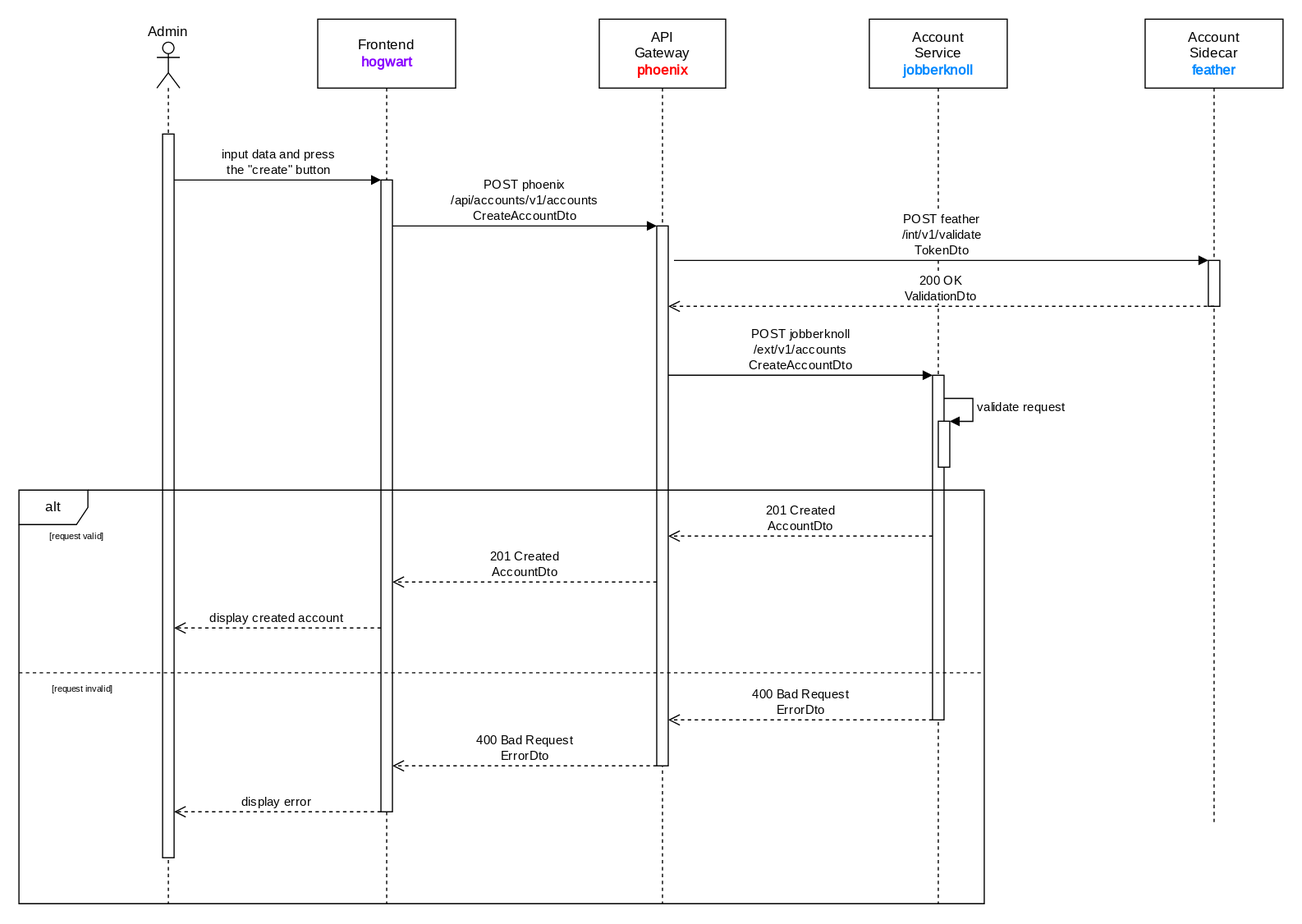
Above: documentation/course/e2/images/sequence-diagram-jobberknoll-create-account.drawio.svg in PWR-ACS-SE-24/SoftwareSystemDesign (draw.io), before the change. Source tidied: cells renumbered, new cells last; positions are measured from the earlier drawing's top-left corner, leaving out a move shared by most shapes. Source of this version:
```xml
<mxGraphModel>
  <root>
    <mxCell id="0" />
    <mxCell id="1" parent="0" />
    <mxCell id="2" value="&lt;div&gt;Account&lt;/div&gt;&lt;div&gt;Service&lt;/div&gt;&lt;div&gt;&lt;font color=&quot;#0088ff&quot;&gt;&lt;b&gt;jobberknoll&lt;/b&gt;&lt;/font&gt;&lt;br&gt;&lt;/div&gt;" style="shape=umlLifeline;perimeter=lifelinePerimeter;whiteSpace=wrap;html=1;newEdgeStyle={&quot;curved&quot;:0,&quot;rounded&quot;:0};size=60;fontFamily=JetBrains Mono;fontSource=https%3A%2F%2Ffonts.googleapis.com%2Fcss%3Ffamily%3DJetBrains%2BMono;" parent="1" vertex="1">
      <mxGeometry x="740" width="120" height="770" as="geometry" />
    </mxCell>
    <mxCell id="3" style="html=1;points=[[0,0,0,0,5],[0,1,0,0,-5],[1,0,0,0,5],[1,1,0,0,-5]];perimeter=orthogonalPerimeter;outlineConnect=0;targetShapes=umlLifeline;portConstraint=eastwest;newEdgeStyle={&quot;curved&quot;:0,&quot;rounded&quot;:0};fontFamily=JetBrains Mono;fontSource=https%3A%2F%2Ffonts.googleapis.com%2Fcss%3Ffamily%3DJetBrains%2BMono;" parent="2" vertex="1">
      <mxGeometry x="55" y="310" width="10" height="300" as="geometry" />
    </mxCell>
    <mxCell id="4" style="html=1;points=[[0,0,0,0,5],[0,1,0,0,-5],[1,0,0,0,5],[1,1,0,0,-5]];perimeter=orthogonalPerimeter;outlineConnect=0;targetShapes=umlLifeline;portConstraint=eastwest;newEdgeStyle={&quot;curved&quot;:0,&quot;rounded&quot;:0};fontFamily=JetBrains Mono;fontSource=https%3A%2F%2Ffonts.googleapis.com%2Fcss%3Ffamily%3DJetBrains%2BMono;" parent="2" vertex="1">
      <mxGeometry x="60" y="350" width="10" height="40" as="geometry" />
    </mxCell>
    <mxCell id="5" value="validate request" style="html=1;align=left;spacingLeft=2;endArrow=block;rounded=0;edgeStyle=orthogonalEdgeStyle;curved=0;rounded=0;fontFamily=JetBrains Mono;fontSource=https%3A%2F%2Ffonts.googleapis.com%2Fcss%3Ffamily%3DJetBrains%2BMono;" parent="2" edge="1" source="3" target="4">
      <mxGeometry relative="1" as="geometry">
        <Array as="points">
          <mxPoint x="90" y="330" />
          <mxPoint x="90" y="350" />
        </Array>
      </mxGeometry>
    </mxCell>
    <mxCell id="6" value="&lt;div&gt;API&lt;/div&gt;&lt;div&gt;Gateway&lt;/div&gt;&lt;div&gt;&lt;b&gt;&lt;font color=&quot;#ff0000&quot;&gt;phoenix&lt;/font&gt;&lt;/b&gt;&lt;br&gt;&lt;/div&gt;" style="shape=umlLifeline;perimeter=lifelinePerimeter;whiteSpace=wrap;html=1;newEdgeStyle={&quot;curved&quot;:0,&quot;rounded&quot;:0};size=60;fontFamily=JetBrains Mono;fontSource=https%3A%2F%2Ffonts.googleapis.com%2Fcss%3Ffamily%3DJetBrains%2BMono;" parent="1" vertex="1">
      <mxGeometry x="505" width="110" height="770" as="geometry" />
    </mxCell>
    <mxCell id="7" style="html=1;points=[[0,0,0,0,5],[0,1,0,0,-5],[1,0,0,0,5],[1,1,0,0,-5]];perimeter=orthogonalPerimeter;outlineConnect=0;targetShapes=umlLifeline;portConstraint=eastwest;newEdgeStyle={&quot;curved&quot;:0,&quot;rounded&quot;:0};fontFamily=JetBrains Mono;fontSource=https%3A%2F%2Ffonts.googleapis.com%2Fcss%3Ffamily%3DJetBrains%2BMono;" parent="6" vertex="1">
      <mxGeometry x="50" y="180" width="10" height="470" as="geometry" />
    </mxCell>
    <mxCell id="8" value="&lt;div&gt;&lt;font style=&quot;font-size: 11px;&quot;&gt;POST phoenix&lt;/font&gt;&lt;/div&gt;&lt;div&gt;&lt;font style=&quot;font-size: 11px;&quot;&gt;/api/accounts/v1/accounts&lt;/font&gt;&lt;/div&gt;CreateAccountDto" style="html=1;verticalAlign=bottom;endArrow=block;curved=0;rounded=0;fontFamily=JetBrains Mono;fontSource=https%3A%2F%2Ffonts.googleapis.com%2Fcss%3Ffamily%3DJetBrains%2BMono;" parent="1" edge="1" source="11" target="7">
      <mxGeometry relative="1" as="geometry">
        <Array as="points">
          <mxPoint x="440" y="180" />
        </Array>
      </mxGeometry>
    </mxCell>
    <mxCell id="9" value="&lt;div&gt;&lt;font&gt;POST jobberknoll&lt;/font&gt;&lt;/div&gt;&lt;div&gt;&lt;font&gt;/ext/v1/accounts&lt;/font&gt;&lt;/div&gt;&lt;div&gt;&lt;font&gt;CreateAccountDto&lt;br&gt;&lt;/font&gt;&lt;/div&gt;" style="html=1;verticalAlign=bottom;endArrow=block;curved=0;rounded=0;fontFamily=JetBrains Mono;fontSource=https%3A%2F%2Ffonts.googleapis.com%2Fcss%3Ffamily%3DJetBrains%2BMono;" parent="1" edge="1" target="3">
      <mxGeometry relative="1" as="geometry">
        <mxPoint x="565" y="310" as="sourcePoint" />
        <Array as="points">
          <mxPoint x="720" y="310" />
        </Array>
      </mxGeometry>
    </mxCell>
    <mxCell id="10" value="&lt;div&gt;Frontend&lt;/div&gt;&lt;div&gt;&lt;b&gt;&lt;font color=&quot;#8800ff&quot;&gt;hogwart&lt;/font&gt;&lt;/b&gt;&lt;br&gt;&lt;/div&gt;" style="shape=umlLifeline;perimeter=lifelinePerimeter;whiteSpace=wrap;html=1;newEdgeStyle={&quot;curved&quot;:0,&quot;rounded&quot;:0};size=60;fontFamily=JetBrains Mono;fontSource=https%3A%2F%2Ffonts.googleapis.com%2Fcss%3Ffamily%3DJetBrains%2BMono;" parent="1" vertex="1">
      <mxGeometry x="260" width="120" height="770" as="geometry" />
    </mxCell>
    <mxCell id="11" style="html=1;points=[[0,0,0,0,5],[0,1,0,0,-5],[1,0,0,0,5],[1,1,0,0,-5]];perimeter=orthogonalPerimeter;outlineConnect=0;targetShapes=umlLifeline;portConstraint=eastwest;newEdgeStyle={&quot;curved&quot;:0,&quot;rounded&quot;:0};fontFamily=JetBrains Mono;fontSource=https%3A%2F%2Ffonts.googleapis.com%2Fcss%3Ffamily%3DJetBrains%2BMono;" parent="10" vertex="1">
      <mxGeometry x="55" y="140" width="10" height="550" as="geometry" />
    </mxCell>
    <mxCell id="12" value="Admin" style="shape=umlLifeline;perimeter=lifelinePerimeter;whiteSpace=wrap;html=1;newEdgeStyle={&quot;curved&quot;:0,&quot;rounded&quot;:0};participant=umlActor;labelPosition=center;verticalLabelPosition=top;align=center;verticalAlign=bottom;fontFamily=JetBrains Mono;fontSource=https%3A%2F%2Ffonts.googleapis.com%2Fcss%3Ffamily%3DJetBrains%2BMono;" parent="1" vertex="1">
      <mxGeometry x="120" y="20" width="20" height="750" as="geometry" />
    </mxCell>
    <mxCell id="13" style="html=1;points=[[0,0,0,0,5],[0,1,0,0,-5],[1,0,0,0,5],[1,1,0,0,-5]];perimeter=orthogonalPerimeter;outlineConnect=0;targetShapes=umlLifeline;portConstraint=eastwest;newEdgeStyle={&quot;curved&quot;:0,&quot;rounded&quot;:0};fontFamily=JetBrains Mono;fontSource=https%3A%2F%2Ffonts.googleapis.com%2Fcss%3Ffamily%3DJetBrains%2BMono;" parent="12" vertex="1">
      <mxGeometry x="5" y="80" width="10" height="630" as="geometry" />
    </mxCell>
    <mxCell id="14" value="&lt;div&gt;input data and press&lt;/div&gt;&lt;div&gt;the &quot;create&quot; button&lt;/div&gt;" style="html=1;verticalAlign=bottom;endArrow=block;curved=0;rounded=0;fontFamily=JetBrains Mono;fontSource=https%3A%2F%2Ffonts.googleapis.com%2Fcss%3Ffamily%3DJetBrains%2BMono;" parent="1" edge="1" source="13" target="11">
      <mxGeometry relative="1" as="geometry">
        <Array as="points">
          <mxPoint x="240" y="140" />
        </Array>
      </mxGeometry>
    </mxCell>
    <mxCell id="15" value="alt" style="shape=umlFrame;whiteSpace=wrap;html=1;fontFamily=JetBrains Mono;fontSource=https%3A%2F%2Ffonts.googleapis.com%2Fcss%3Ffamily%3DJetBrains%2BMono;" parent="1" vertex="1">
      <mxGeometry y="410" width="840" height="360" as="geometry" />
    </mxCell>
    <mxCell id="16" value="&lt;div&gt;201 Created&lt;br&gt;&lt;/div&gt;&lt;div&gt;AccountDto&lt;br&gt;&lt;/div&gt;" style="html=1;verticalAlign=bottom;endArrow=open;dashed=1;endSize=8;curved=0;rounded=0;fontFamily=JetBrains Mono;fontSource=https%3A%2F%2Ffonts.googleapis.com%2Fcss%3Ffamily%3DJetBrains%2BMono;" parent="1" edge="1" source="3" target="7">
      <mxGeometry relative="1" as="geometry">
        <Array as="points">
          <mxPoint x="680" y="450" />
        </Array>
      </mxGeometry>
    </mxCell>
    <mxCell id="17" value="&lt;div&gt;201 Created&lt;/div&gt;&lt;div&gt;AccountDto&lt;br&gt;&lt;/div&gt;" style="html=1;verticalAlign=bottom;endArrow=open;dashed=1;endSize=8;curved=0;rounded=0;fontFamily=JetBrains Mono;fontSource=https%3A%2F%2Ffonts.googleapis.com%2Fcss%3Ffamily%3DJetBrains%2BMono;" parent="1" edge="1" source="7" target="11">
      <mxGeometry relative="1" as="geometry">
        <Array as="points">
          <mxPoint x="440" y="490" />
        </Array>
      </mxGeometry>
    </mxCell>
    <mxCell id="18" value="display created account" style="html=1;verticalAlign=bottom;endArrow=open;dashed=1;endSize=8;curved=0;rounded=0;fontFamily=JetBrains Mono;fontSource=https%3A%2F%2Ffonts.googleapis.com%2Fcss%3Ffamily%3DJetBrains%2BMono;" parent="1" edge="1" source="11" target="13">
      <mxGeometry relative="1" as="geometry">
        <Array as="points">
          <mxPoint x="250" y="530" />
        </Array>
      </mxGeometry>
    </mxCell>
    <mxCell id="19" style="line;strokeWidth=1;fillColor=none;align=left;verticalAlign=middle;spacingTop=-1;spacingLeft=3;spacingRight=3;labelPosition=right;strokeColor=inherit;dashed=1;fontFamily=JetBrains Mono;fontSource=https%3A%2F%2Ffonts.googleapis.com%2Fcss%3Ffamily%3DJetBrains%2BMono;" parent="1" vertex="1">
      <mxGeometry y="565" width="840" height="8" as="geometry" />
    </mxCell>
    <mxCell id="20" value="[request valid]" style="text;html=1;align=center;verticalAlign=middle;strokeColor=none;fillColor=none;fontFamily=JetBrains Mono;fontSource=https%3A%2F%2Ffonts.googleapis.com%2Fcss%3Ffamily%3DJetBrains%2BMono;fontSize=8;" parent="1" vertex="1">
      <mxGeometry y="440" width="100" height="20" as="geometry" />
    </mxCell>
    <mxCell id="21" value="&lt;div&gt;400 Bad Request&lt;/div&gt;&lt;div&gt;ErrorDto&lt;br&gt;&lt;/div&gt;" style="html=1;verticalAlign=bottom;endArrow=open;dashed=1;endSize=8;curved=0;rounded=0;fontFamily=JetBrains Mono;fontSource=https%3A%2F%2Ffonts.googleapis.com%2Fcss%3Ffamily%3DJetBrains%2BMono;" parent="1" edge="1" source="3" target="7">
      <mxGeometry relative="1" as="geometry">
        <Array as="points">
          <mxPoint x="690" y="610" />
        </Array>
      </mxGeometry>
    </mxCell>
    <mxCell id="22" value="&lt;div&gt;400 Bad Request&lt;/div&gt;&lt;div&gt;ErrorDto&lt;br&gt;&lt;/div&gt;" style="html=1;verticalAlign=bottom;endArrow=open;dashed=1;endSize=8;curved=0;rounded=0;fontFamily=JetBrains Mono;fontSource=https%3A%2F%2Ffonts.googleapis.com%2Fcss%3Ffamily%3DJetBrains%2BMono;" parent="1" edge="1" source="7" target="11">
      <mxGeometry relative="1" as="geometry">
        <Array as="points">
          <mxPoint x="450" y="650" />
        </Array>
      </mxGeometry>
    </mxCell>
    <mxCell id="23" value="display error" style="html=1;verticalAlign=bottom;endArrow=open;dashed=1;endSize=8;curved=0;rounded=0;fontFamily=JetBrains Mono;fontSource=https%3A%2F%2Ffonts.googleapis.com%2Fcss%3Ffamily%3DJetBrains%2BMono;" parent="1" edge="1" source="11" target="13">
      <mxGeometry relative="1" as="geometry">
        <Array as="points">
          <mxPoint x="230" y="690" />
        </Array>
      </mxGeometry>
    </mxCell>
    <mxCell id="24" value="[request invalid]" style="text;html=1;align=center;verticalAlign=middle;strokeColor=none;fillColor=none;fontFamily=JetBrains Mono;fontSource=https%3A%2F%2Ffonts.googleapis.com%2Fcss%3Ffamily%3DJetBrains%2BMono;fontSize=8;" parent="1" vertex="1">
      <mxGeometry y="573" width="110" height="20" as="geometry" />
    </mxCell>
    <mxCell id="25" value="&lt;div&gt;Account&lt;/div&gt;&lt;div&gt;Sidecar&lt;/div&gt;&lt;div&gt;&lt;font color=&quot;#0088ff&quot;&gt;&lt;b&gt;feather&lt;/b&gt;&lt;/font&gt;&lt;br&gt;&lt;/div&gt;" style="shape=umlLifeline;perimeter=lifelinePerimeter;whiteSpace=wrap;html=1;newEdgeStyle={&quot;curved&quot;:0,&quot;rounded&quot;:0};size=60;fontFamily=JetBrains Mono;fontSource=https%3A%2F%2Ffonts.googleapis.com%2Fcss%3Ffamily%3DJetBrains%2BMono;" parent="1" vertex="1">
      <mxGeometry x="980" width="120" height="700" as="geometry" />
    </mxCell>
    <mxCell id="26" style="html=1;points=[[0,0,0,0,5],[0,1,0,0,-5],[1,0,0,0,5],[1,1,0,0,-5]];perimeter=orthogonalPerimeter;outlineConnect=0;targetShapes=umlLifeline;portConstraint=eastwest;newEdgeStyle={&quot;curved&quot;:0,&quot;rounded&quot;:0};fontFamily=JetBrains Mono;fontSource=https%3A%2F%2Ffonts.googleapis.com%2Fcss%3Ffamily%3DJetBrains%2BMono;" parent="25" vertex="1">
      <mxGeometry x="55" y="210" width="10" height="40" as="geometry" />
    </mxCell>
    <mxCell id="27" value="&lt;div&gt;&lt;font style=&quot;font-size: 11px;&quot;&gt;POST feather&lt;/font&gt;&lt;/div&gt;&lt;div&gt;&lt;font style=&quot;font-size: 11px;&quot;&gt;/int/v1/validate&lt;/font&gt;&lt;/div&gt;&lt;div&gt;TokenDto&lt;br&gt;&lt;/div&gt;" style="html=1;verticalAlign=bottom;endArrow=block;curved=0;rounded=0;fontFamily=JetBrains Mono;fontSource=https%3A%2F%2Ffonts.googleapis.com%2Fcss%3Ffamily%3DJetBrains%2BMono;" parent="1" edge="1" target="26">
      <mxGeometry relative="1" as="geometry">
        <mxPoint x="570" y="210" as="sourcePoint" />
        <Array as="points">
          <mxPoint x="685" y="210" />
        </Array>
      </mxGeometry>
    </mxCell>
    <mxCell id="28" value="&lt;div&gt;200 OK&lt;/div&gt;&lt;div&gt;ValidationDto&lt;br&gt;&lt;/div&gt;" style="html=1;verticalAlign=bottom;endArrow=open;dashed=1;endSize=8;curved=0;rounded=0;fontFamily=JetBrains Mono;fontSource=https%3A%2F%2Ffonts.googleapis.com%2Fcss%3Ffamily%3DJetBrains%2BMono;" parent="1" edge="1" target="7">
      <mxGeometry relative="1" as="geometry">
        <mxPoint x="1040" y="250" as="sourcePoint" />
        <Array as="points">
          <mxPoint x="925" y="250" />
        </Array>
      </mxGeometry>
    </mxCell>
  </root>
</mxGraphModel>
```
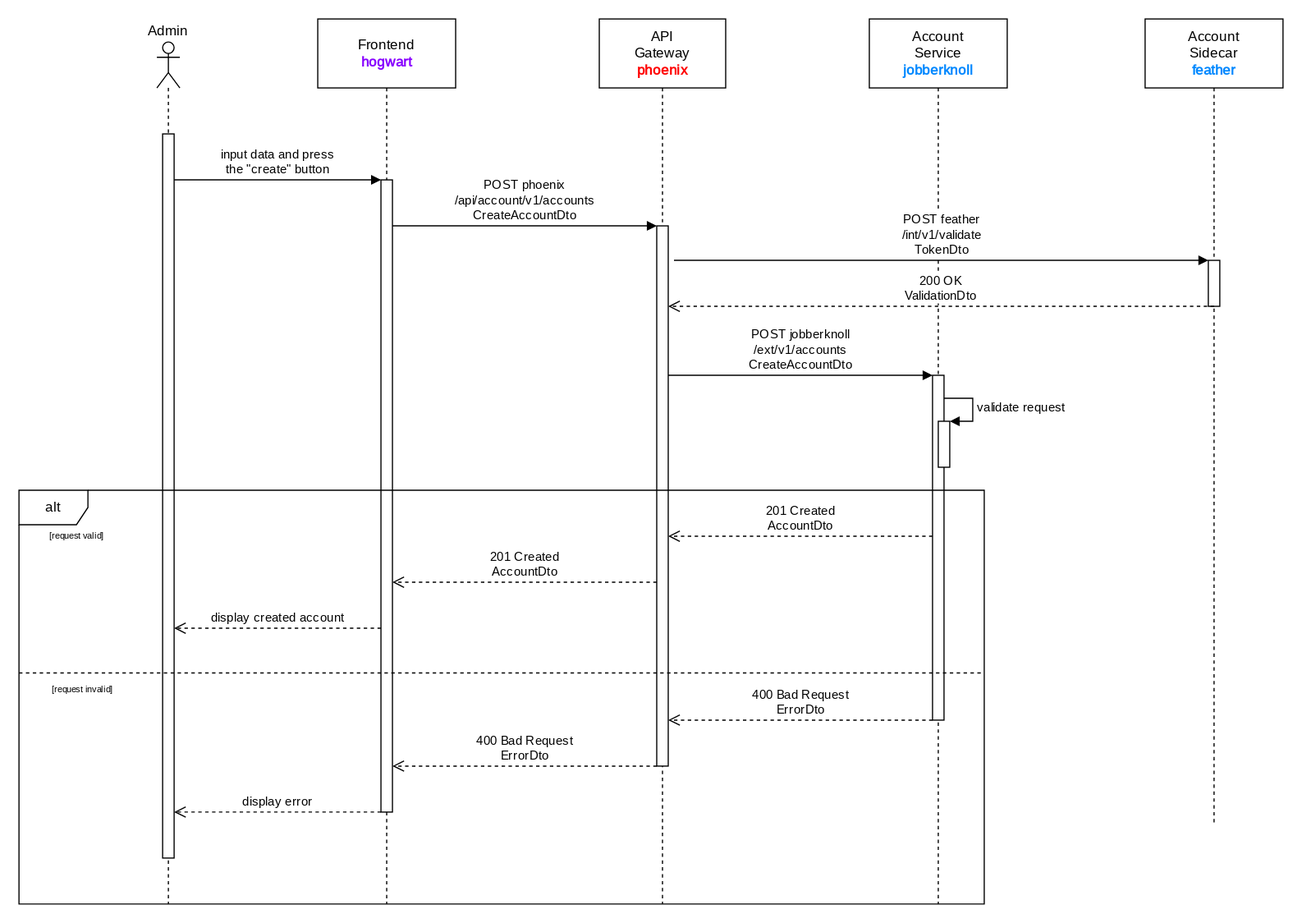
Later version of the same file.

Change to the diagram source:
```diff
@@ -25,7 +25,7 @@
     <mxCell id="7" style="html=1;points=[[0,0,0,0,5],[0,1,0,0,-5],[1,0,0,0,5],[1,1,0,0,-5]];perimeter=orthogonalPerimeter;outlineConnect=0;targetShapes=umlLifeline;portConstraint=eastwest;newEdgeStyle={&quot;curved&quot;:0,&quot;rounded&quot;:0};fontFamily=JetBrains Mono;fontSource=https%3A%2F%2Ffonts.googleapis.com%2Fcss%3Ffamily%3DJetBrains%2BMono;" parent="6" vertex="1">
       <mxGeometry x="50" y="180" width="10" height="470" as="geometry" />
     </mxCell>
-    <mxCell id="8" value="&lt;div&gt;&lt;font style=&quot;font-size: 11px;&quot;&gt;POST phoenix&lt;/font&gt;&lt;/div&gt;&lt;div&gt;&lt;font style=&quot;font-size: 11px;&quot;&gt;/api/accounts/v1/accounts&lt;/font&gt;&lt;/div&gt;CreateAccountDto" style="html=1;verticalAlign=bottom;endArrow=block;curved=0;rounded=0;fontFamily=JetBrains Mono;fontSource=https%3A%2F%2Ffonts.googleapis.com%2Fcss%3Ffamily%3DJetBrains%2BMono;" parent="1" edge="1" source="11" target="7">
+    <mxCell id="8" value="&lt;div&gt;&lt;font style=&quot;font-size: 11px;&quot;&gt;POST phoenix&lt;/font&gt;&lt;/div&gt;&lt;div&gt;&lt;font style=&quot;font-size: 11px;&quot;&gt;/api/account/v1/accounts&lt;/font&gt;&lt;/div&gt;CreateAccountDto" style="html=1;verticalAlign=bottom;endArrow=block;curved=0;rounded=0;fontFamily=JetBrains Mono;fontSource=https%3A%2F%2Ffonts.googleapis.com%2Fcss%3Ffamily%3DJetBrains%2BMono;" parent="1" edge="1" source="11" target="7">
       <mxGeometry relative="1" as="geometry">
         <Array as="points">
           <mxPoint x="440" y="180" />
```
